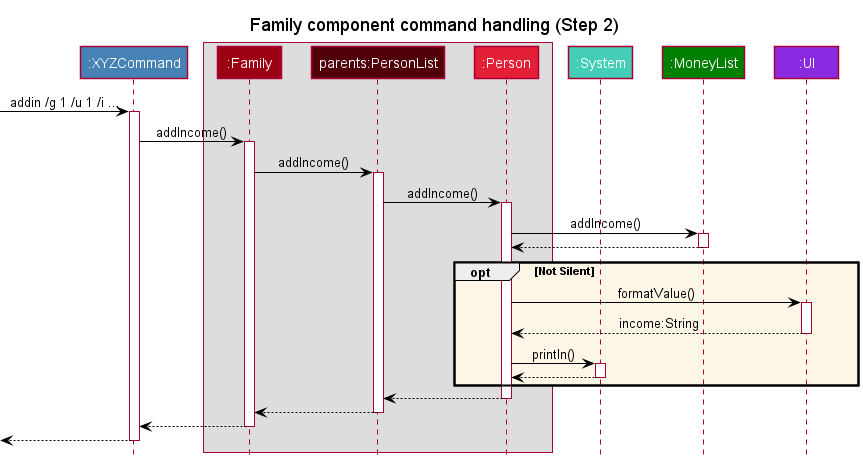
The PlantUML diagram docs/images/FamilySequenceDiagram2.png in nus-cs2113-AY2122S2/tp, before a commit.
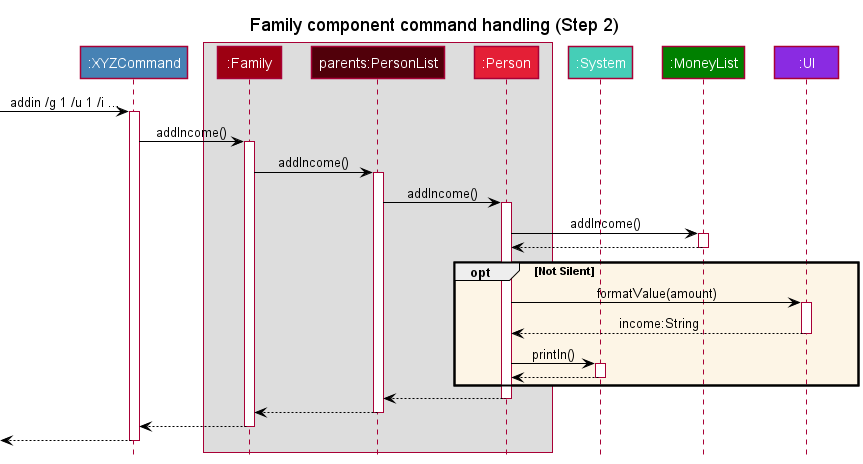
The same diagram one commit later.

Commit message:
Include parameters in formatValue() in UML diagram for clarity

Change to the diagram source:
```diff
@@ -30,7 +30,7 @@
 Person <-- Money
 deactivate Money
 opt OPT_COLOR Not Silent
-    Person -> UI: formatValue()
+    Person -> UI: formatValue(amount)
     activate UI
     Person <-- UI: income:String
     deactivate UI
```
